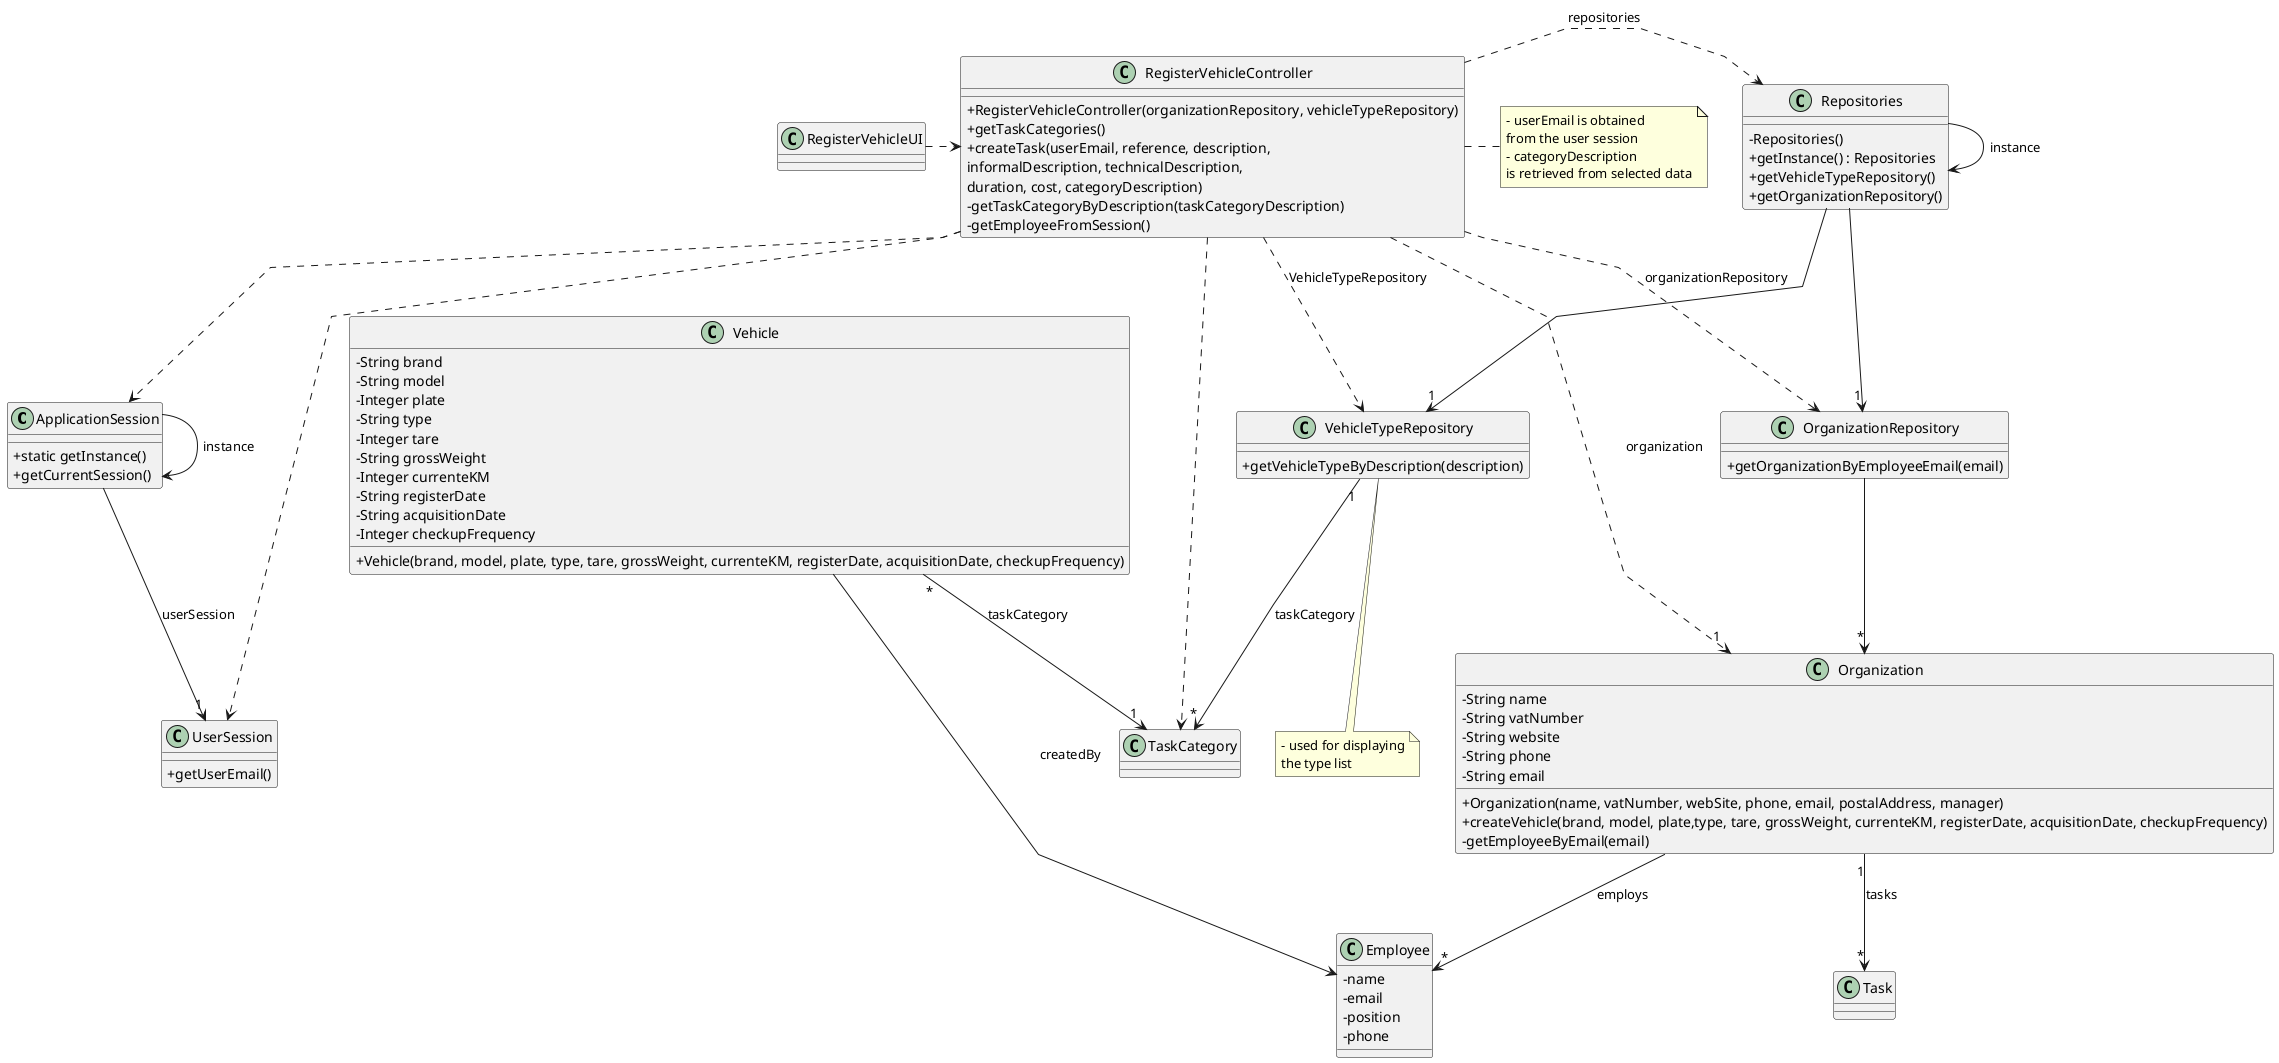
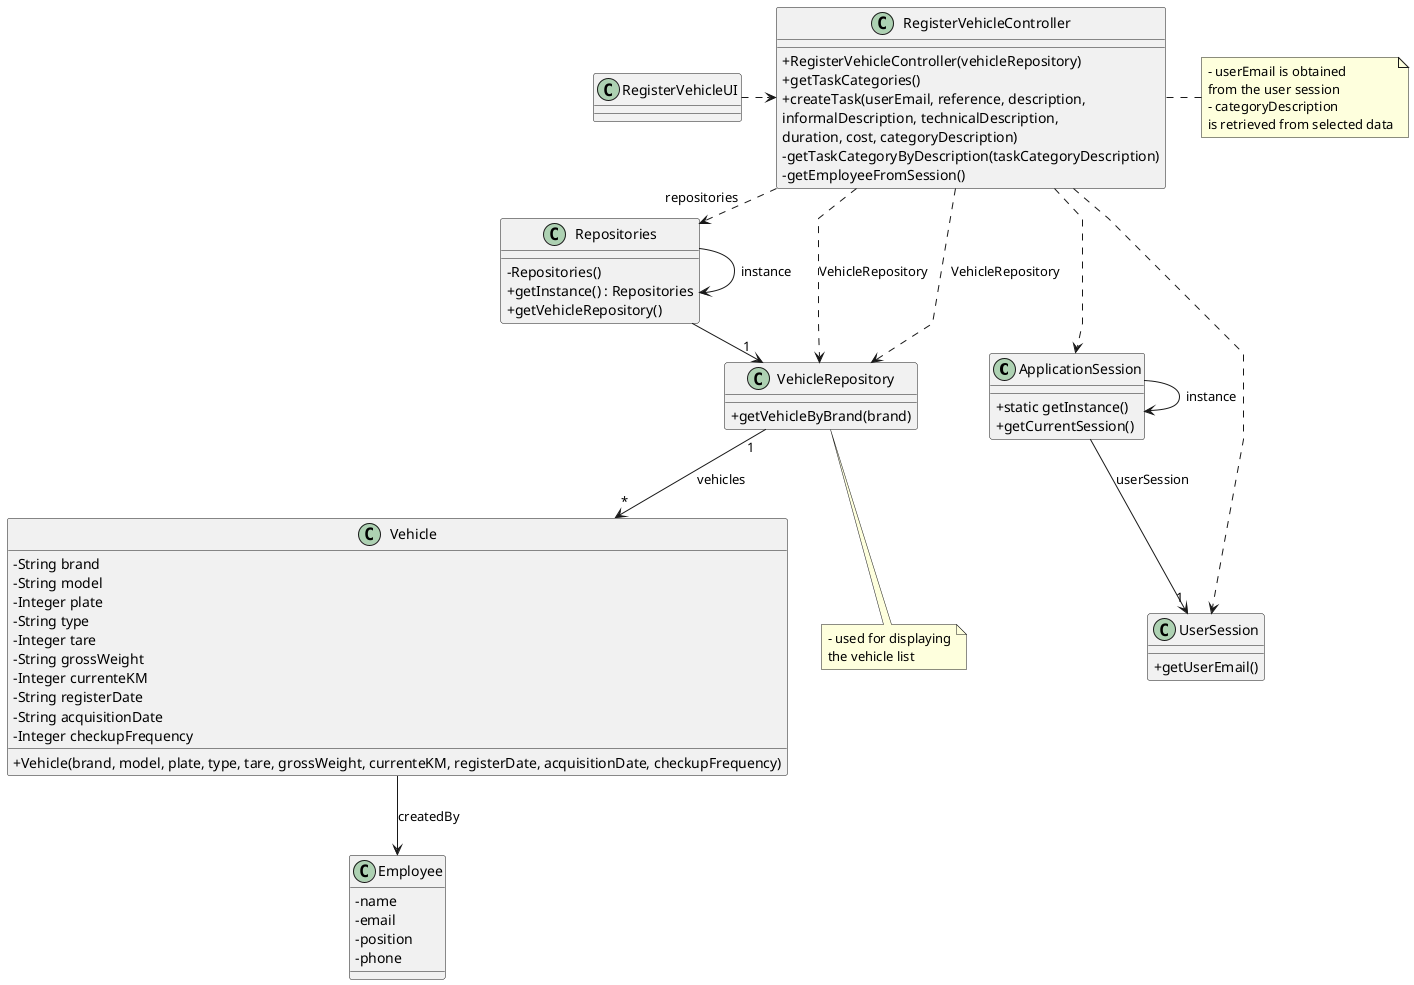
@startuml
'skinparam monochrome true
skinparam packageStyle rectangle
skinparam shadowing false
skinparam linetype polyline
'skinparam linetype orto

skinparam classAttributeIconSize 0

'left to right direction

class ApplicationSession
{
    + static getInstance()
    + getCurrentSession()
}

class UserSession
{
    + getUserEmail()
}

class Employee {
    - name
    - email
    - position
    - phone
}

class Vehicle {
    - String brand
    - String model
    - Integer plate
    - String type
    - Integer tare
    - String grossWeight
    - Integer currenteKM
    - String registerDate
    - String acquisitionDate
    - Integer checkupFrequency

    + Vehicle(brand, model, plate, type, tare, grossWeight, currenteKM, registerDate, acquisitionDate, checkupFrequency)
}

- class Organization {
-     - String name
-     - String vatNumber
-     - String website
-     - String phone
-     - String email


-     + Organization(name, vatNumber, webSite, phone, email, postalAddress, manager)
-     + createVehicle(brand, model, plate,type, tare, grossWeight, currenteKM, registerDate, acquisitionDate, checkupFrequency)
-     - getEmployeeByEmail(email)
- 
+ class VehicleRepository {
+     + getVehicleByBrand(brand)
}

- class VehicleTypeRepository {
-     + getVehicleTypeByDescription(description)
- }
- 
- class OrganizationRepository {
-     + getOrganizationByEmployeeEmail(email)
- }

class Repositories {
    - Repositories()
    + getInstance() : Repositories
-     + getVehicleTypeRepository()
-     + getOrganizationRepository()
+     + getVehicleRepository()
}

class RegisterVehicleController {
-     + RegisterVehicleController(organizationRepository, vehicleTypeRepository)
+     + RegisterVehicleController(vehicleRepository)
    + getTaskCategories()
    + createTask(userEmail, reference, description,\ninformalDescription, technicalDescription,\nduration, cost, categoryDescription)
    - getTaskCategoryByDescription(taskCategoryDescription)
    - getEmployeeFromSession()
}

note right of RegisterVehicleController
    - userEmail is obtained
    from the user session
    - categoryDescription
    is retrieved from selected data
end note

- note bottom of VehicleTypeRepository
+ note bottom of VehicleRepository
    - used for displaying
-     the type list
+     the vehicle list
end note

class RegisterVehicleUI {
}

+ 
+ Repositories -> "1" VehicleRepository
Repositories -> Repositories : instance
+ 
ApplicationSession -> ApplicationSession : instance
+ ApplicationSession --> "1" UserSession : userSession

RegisterVehicleUI .> RegisterVehicleController

RegisterVehicleController .> Repositories : repositories
- 
- Repositories -> "1" VehicleTypeRepository
- 
- RegisterVehicleController ..> TaskCategory
- RegisterVehicleController ..> OrganizationRepository : organizationRepository
- RegisterVehicleController ..> VehicleTypeRepository : VehicleTypeRepository
- 
- Repositories --> "1" OrganizationRepository
- 
- OrganizationRepository --> "*" Organization
- ApplicationSession --> "1" UserSession : userSession
- 
- RegisterVehicleController ..> "1" Organization : organization
RegisterVehicleController ..> ApplicationSession
RegisterVehicleController ..> UserSession
- Vehicle "*" --> "1" TaskCategory : taskCategory
- VehicleTypeRepository "1" --> "*" TaskCategory : taskCategory
- Organization "1" --> "*" Task : tasks
+ RegisterVehicleController ..> VehicleRepository : VehicleRepository
+ RegisterVehicleController ..> VehicleRepository : VehicleRepository
+ 
Vehicle --> Employee : createdBy

- Organization --> "*" Employee : employs
+ VehicleRepository "1" --> "*" Vehicle : vehicles

@enduml